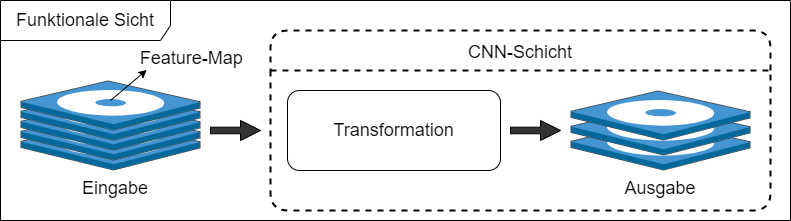
Above: images/CNN_funktionale_schicht.png in krieger1512/BA_Nguyen_Latex (draw.io), before the change. Source tidied: cells renumbered, new cells last; positions are measured from the earlier drawing's top-left corner, leaving out a move shared by most shapes.
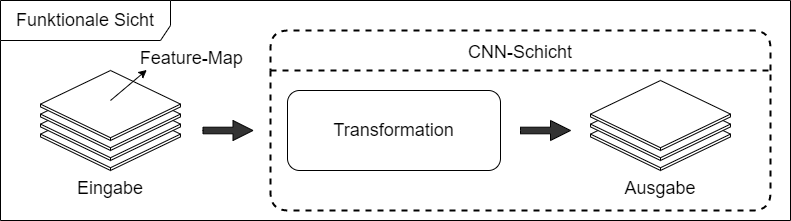
After the commit.

Change to the diagram source:
```diff
@@ -2,47 +2,32 @@
   <root>
     <mxCell id="0" />
     <mxCell id="1" parent="0" />
-    <mxCell id="2" style="shadow=0;dashed=0;html=1;labelPosition=center;verticalLabelPosition=bottom;verticalAlign=top;align=center;shape=mxgraph.veeam.3d.cd;" parent="1" vertex="1">
-      <mxGeometry x="20" y="120" width="180" height="50" as="geometry" />
-    </mxCell>
-    <mxCell id="3" style="shadow=0;dashed=0;html=1;labelPosition=center;verticalLabelPosition=bottom;verticalAlign=top;align=center;shape=mxgraph.veeam.3d.cd;" parent="1" vertex="1">
-      <mxGeometry x="20" y="110" width="180" height="50" as="geometry" />
-    </mxCell>
-    <mxCell id="4" style="shadow=0;dashed=0;html=1;labelPosition=center;verticalLabelPosition=bottom;verticalAlign=top;align=center;shape=mxgraph.veeam.3d.cd;" parent="1" vertex="1">
-      <mxGeometry x="20" y="100" width="180" height="50" as="geometry" />
-    </mxCell>
-    <mxCell id="5" style="shadow=0;dashed=0;html=1;labelPosition=center;verticalLabelPosition=bottom;verticalAlign=top;align=center;shape=mxgraph.veeam.3d.cd;" parent="1" vertex="1">
-      <mxGeometry x="20" y="90" width="180" height="50" as="geometry" />
-    </mxCell>
-    <mxCell id="6" style="shadow=0;dashed=0;html=1;labelPosition=center;verticalLabelPosition=bottom;verticalAlign=top;align=center;shape=mxgraph.veeam.3d.cd;" parent="1" vertex="1">
-      <mxGeometry x="20" y="80" width="180" height="50" as="geometry" />
-    </mxCell>
     <mxCell id="7" value="&lt;font style=&quot;font-size: 18px&quot;&gt;Funktionale Sicht&lt;/font&gt;" style="shape=umlFrame;whiteSpace=wrap;html=1;width=170;height=40;" parent="1" vertex="1">
       <mxGeometry width="790" height="220" as="geometry" />
     </mxCell>
-    <mxCell id="8" style="shadow=0;dashed=0;html=1;labelPosition=center;verticalLabelPosition=bottom;verticalAlign=top;align=center;shape=mxgraph.veeam.3d.cd;" parent="1" vertex="1">
-      <mxGeometry x="570" y="120" width="180" height="50" as="geometry" />
-    </mxCell>
-    <mxCell id="9" style="shadow=0;dashed=0;html=1;labelPosition=center;verticalLabelPosition=bottom;verticalAlign=top;align=center;shape=mxgraph.veeam.3d.cd;" parent="1" vertex="1">
-      <mxGeometry x="570" y="105" width="180" height="50" as="geometry" />
-    </mxCell>
+    <mxCell id="19" style="html=1;whiteSpace=wrap;shape=isoCube2;backgroundOutline=1;isoAngle=15;" parent="1" vertex="1">
+      <mxGeometry x="40" y="100" width="140" height="70" as="geometry" />
+    </mxCell>
+    <mxCell id="20" style="html=1;whiteSpace=wrap;shape=isoCube2;backgroundOutline=1;isoAngle=15;" parent="1" vertex="1">
+      <mxGeometry x="40" y="90" width="140" height="70" as="geometry" />
+    </mxCell>
+    <mxCell id="21" style="html=1;whiteSpace=wrap;shape=isoCube2;backgroundOutline=1;isoAngle=15;" parent="1" vertex="1">
+      <mxGeometry x="40" y="80" width="140" height="70" as="geometry" />
+    </mxCell>
     <mxCell id="10" value="&lt;font style=&quot;font-size: 18px&quot;&gt;Transformation&lt;/font&gt;" style="rounded=1;whiteSpace=wrap;html=1;" parent="1" vertex="1">
       <mxGeometry x="287" y="90" width="213" height="80" as="geometry" />
     </mxCell>
-    <mxCell id="11" style="shadow=0;dashed=0;html=1;labelPosition=center;verticalLabelPosition=bottom;verticalAlign=top;align=center;shape=mxgraph.veeam.3d.cd;" parent="1" vertex="1">
-      <mxGeometry x="570" y="90" width="180" height="50" as="geometry" />
-    </mxCell>
     <mxCell id="12" style="html=1;shadow=0;dashed=0;align=center;verticalAlign=middle;shape=mxgraph.arrows2.arrow;dy=0.67;dx=20;notch=0;gradientColor=none;fillColor=#333333;" parent="1" vertex="1">
-      <mxGeometry x="210" y="120" width="50" height="20" as="geometry" />
+      <mxGeometry x="202.5" y="120" width="50" height="20" as="geometry" />
     </mxCell>
     <mxCell id="13" style="html=1;shadow=0;dashed=0;align=center;verticalAlign=middle;shape=mxgraph.arrows2.arrow;dy=0.67;dx=20;notch=0;gradientColor=none;fillColor=#333333;" parent="1" vertex="1">
-      <mxGeometry x="510" y="120" width="50" height="20" as="geometry" />
+      <mxGeometry x="520" y="120" width="50" height="20" as="geometry" />
     </mxCell>
     <mxCell id="14" value="CNN-Schicht" style="swimlane;horizontal=1;startSize=40;rounded=1;fontSize=18;fontStyle=0;strokeWidth=2;shadow=0;dashed=1;align=center;gradientColor=none;" parent="1" vertex="1">
       <mxGeometry x="270" y="30" width="500" height="180" as="geometry" />
     </mxCell>
     <mxCell id="15" value="Eingabe" style="text;strokeColor=none;fillColor=none;align=center;verticalAlign=top;spacingLeft=4;spacingRight=4;overflow=hidden;fontSize=18;" parent="1" vertex="1">
-      <mxGeometry x="70" y="170" width="90" height="30" as="geometry" />
+      <mxGeometry x="65" y="170" width="90" height="30" as="geometry" />
     </mxCell>
     <mxCell id="16" value="Ausgabe" style="text;strokeColor=none;fillColor=none;align=center;verticalAlign=top;spacingLeft=4;spacingRight=4;overflow=hidden;fontSize=18;" parent="1" vertex="1">
       <mxGeometry x="618.8" y="170" width="82.5" height="30" as="geometry" />
@@ -50,10 +35,22 @@
     <mxCell id="17" value="Feature-Map" style="text;strokeColor=none;fillColor=none;align=center;verticalAlign=top;spacingLeft=4;spacingRight=4;overflow=hidden;points=[[0,0.5],[1,0.5]];portConstraint=eastwest;fontSize=18;" parent="1" vertex="1">
       <mxGeometry x="130" y="40" width="122.5" height="30" as="geometry" />
     </mxCell>
+    <mxCell id="22" style="html=1;whiteSpace=wrap;shape=isoCube2;backgroundOutline=1;isoAngle=15;" parent="1" vertex="1">
+      <mxGeometry x="40" y="70" width="140" height="70" as="geometry" />
+    </mxCell>
     <mxCell id="18" style="endArrow=classic;html=1;fontSize=16;entryX=0.133;entryY=0.981;entryDx=0;entryDy=0;entryPerimeter=0;" parent="1" edge="1" target="17">
       <mxGeometry relative="1" as="geometry">
         <mxPoint x="110" y="100" as="sourcePoint" />
       </mxGeometry>
     </mxCell>
+    <mxCell id="23" style="html=1;whiteSpace=wrap;shape=isoCube2;backgroundOutline=1;isoAngle=15;" parent="1" vertex="1">
+      <mxGeometry x="590" y="100" width="140" height="70" as="geometry" />
+    </mxCell>
+    <mxCell id="24" style="html=1;whiteSpace=wrap;shape=isoCube2;backgroundOutline=1;isoAngle=15;" parent="1" vertex="1">
+      <mxGeometry x="590" y="90" width="140" height="70" as="geometry" />
+    </mxCell>
+    <mxCell id="25" style="html=1;whiteSpace=wrap;shape=isoCube2;backgroundOutline=1;isoAngle=15;" parent="1" vertex="1">
+      <mxGeometry x="590" y="80" width="140" height="70" as="geometry" />
+    </mxCell>
   </root>
 </mxGraphModel>
```
